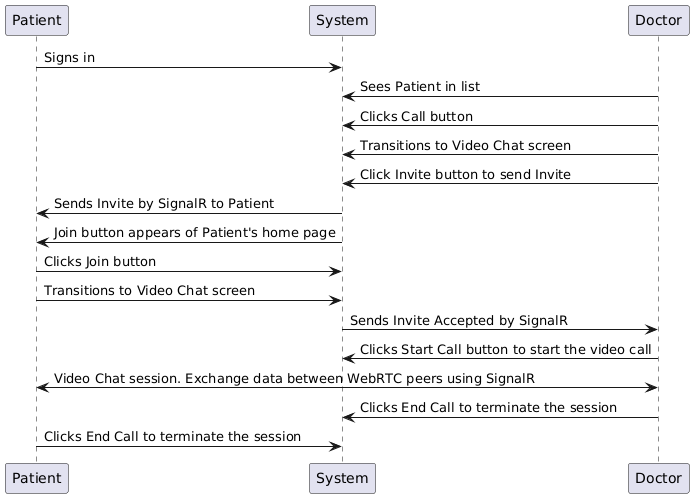
This is Docs/VideoChatSequenceDiagram.png from VeritasSoftware/WebRTC, a PlantUML export, as it was before one commit. The source it was exported from:
```plantuml
@startuml
Patient -> System: Signs in
Doctor -> System: Sees Patient in list
Doctor -> System: Clicks Call button
Doctor -> System: Transitions to Video Chat screen
Doctor -> System: Click Invite button to send Invite
System -> Patient: Sends Invite by SignalR to Patient
System -> Patient: Join button appears of Patient's home page
Patient -> System: Clicks Join button
Patient -> System: Transitions to Video Chat screen
System -> Doctor: Sends Invite Accepted by SignalR
Doctor -> System: Clicks Start Call button to start the video call
Doctor <-> Patient: Video Chat session. Exchange data between WebRTC peers using SignalR
Doctor -> System: Clicks End Call to terminate the session
Patient -> System: Clicks End Call to terminate the session
@enduml
```
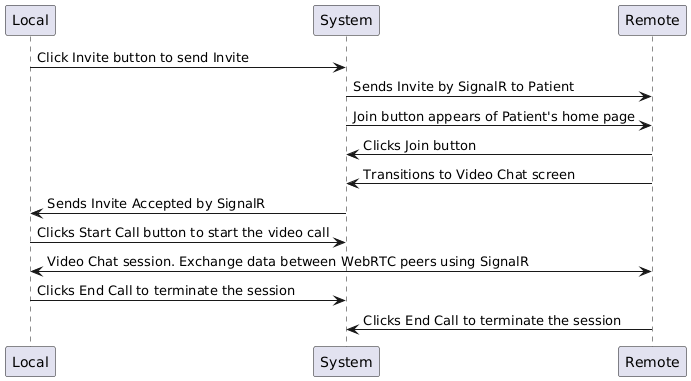
After the commit.

Diff of the diagram source:
```diff
@@ -1,16 +1,12 @@
 @startuml
-Patient -> System: Signs in
-Doctor -> System: Sees Patient in list
-Doctor -> System: Clicks Call button
-Doctor -> System: Transitions to Video Chat screen
-Doctor -> System: Click Invite button to send Invite
-System -> Patient: Sends Invite by SignalR to Patient
-System -> Patient: Join button appears of Patient's home page
-Patient -> System: Clicks Join button
-Patient -> System: Transitions to Video Chat screen
-System -> Doctor: Sends Invite Accepted by SignalR
-Doctor -> System: Clicks Start Call button to start the video call
-Doctor <-> Patient: Video Chat session. Exchange data between WebRTC peers using SignalR
-Doctor -> System: Clicks End Call to terminate the session
-Patient -> System: Clicks End Call to terminate the session
+Local -> System: Click Invite button to send Invite
+System -> Remote: Sends Invite by SignalR to Patient
+System -> Remote: Join button appears of Patient's home page
+Remote -> System: Clicks Join button
+Remote -> System: Transitions to Video Chat screen
+System -> Local: Sends Invite Accepted by SignalR
+Local -> System: Clicks Start Call button to start the video call
+Local <-> Remote: Video Chat session. Exchange data between WebRTC peers using SignalR
+Local -> System: Clicks End Call to terminate the session
+Remote -> System: Clicks End Call to terminate the session
 @enduml
```
